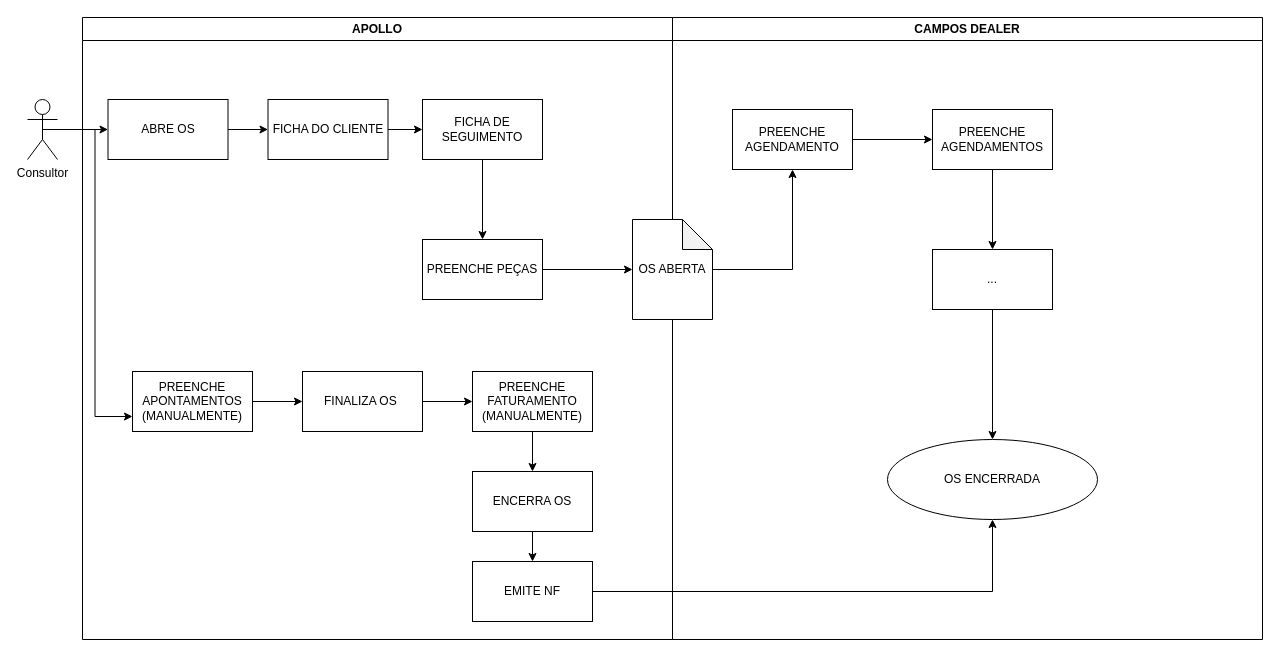
Earlier version of the draw.io diagram Diagrama sem nome.drawio (bruno-gonzalez/diagrams). Source tidied: cells renumbered, new cells numbered last; positions are measured from the earlier drawing's top-left corner, leaving out a move shared by most shapes. Both pictures are drawn from the tidied source at 100%, with x=0, y=0 at pixel (27, 17).
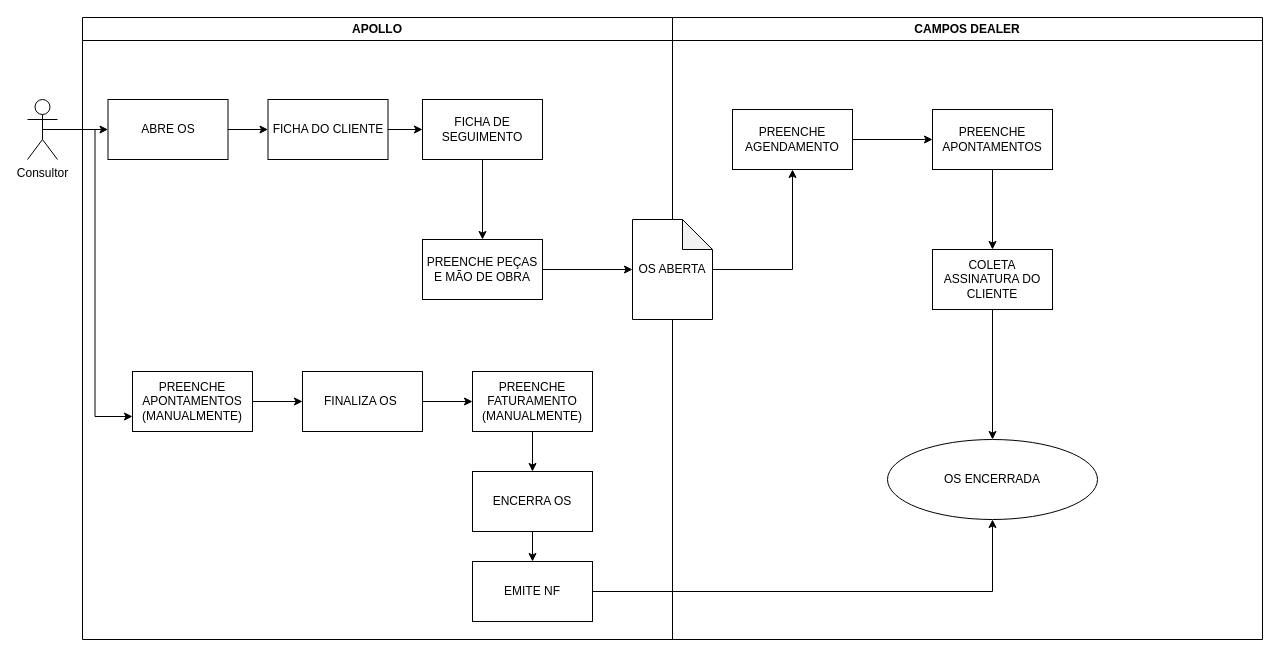
After the change.

The change refers to these unchanged cells:
```xml
<mxCell id="2" value="APOLLO" style="swimlane;whiteSpace=wrap;" parent="1" vertex="1">
  <mxGeometry x="55" width="590" height="622" as="geometry" />
</mxCell>
<mxCell id="19" value="CAMPOS DEALER" style="swimlane;whiteSpace=wrap;startSize=23;" parent="1" vertex="1">
  <mxGeometry x="645" width="590" height="622" as="geometry" />
</mxCell>
```

What changed in the source:
```diff
@@
-    <mxCell id="9" value="PREENCHE PEÇAS" style="rounded=0;whiteSpace=wrap;html=1;" parent="2" vertex="1">
+    <mxCell id="9" value="PREENCHE PEÇAS E MÃO DE OBRA" style="rounded=0;whiteSpace=wrap;html=1;" parent="2" vertex="1">
       <mxGeometry x="340" y="222" width="120" height="60" as="geometry" />
     </mxCell>
@@
-    <mxCell id="23" value="PREENCHE AGENDAMENTOS" style="whiteSpace=wrap;html=1;" parent="19" vertex="1">
+    <mxCell id="23" value="PREENCHE APONTAMENTOS" style="whiteSpace=wrap;html=1;" parent="19" vertex="1">
       <mxGeometry x="260" y="92" width="120" height="60" as="geometry" />
     </mxCell>
@@
-    <mxCell id="25" value="..." style="whiteSpace=wrap;html=1;" parent="19" vertex="1">
+    <mxCell id="25" value="COLETA ASSINATURA DO CLIENTE" style="whiteSpace=wrap;html=1;" parent="19" vertex="1">
       <mxGeometry x="260" y="232" width="120" height="60" as="geometry" />
     </mxCell>
```
